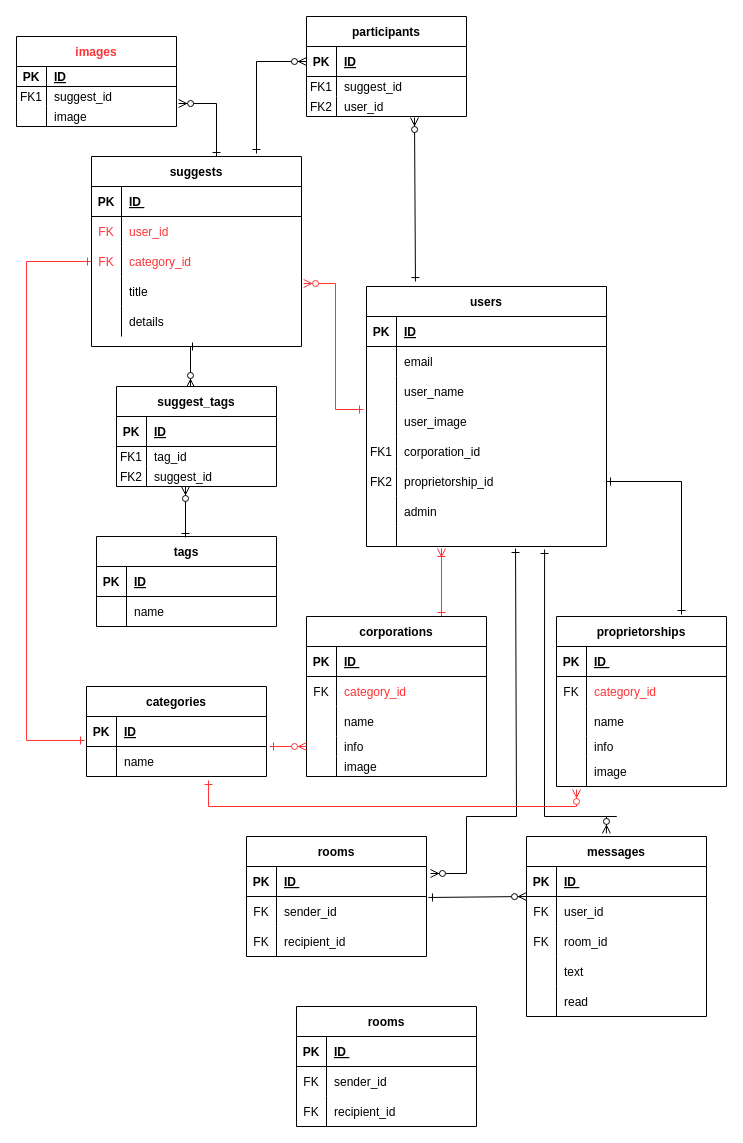
Above: page "ページ2" (2 of 2) of Untitled Diagram.drawio in Sec-il-n/dic_guraduate_parts (draw.io), before the change. Source tidied: cells renumbered, new cells numbered last; positions are measured from the earlier drawing's top-left corner, leaving out a move shared by most shapes. Both pictures are drawn from the tidied source at 100%, with x=0, y=0 at pixel (16, 16).
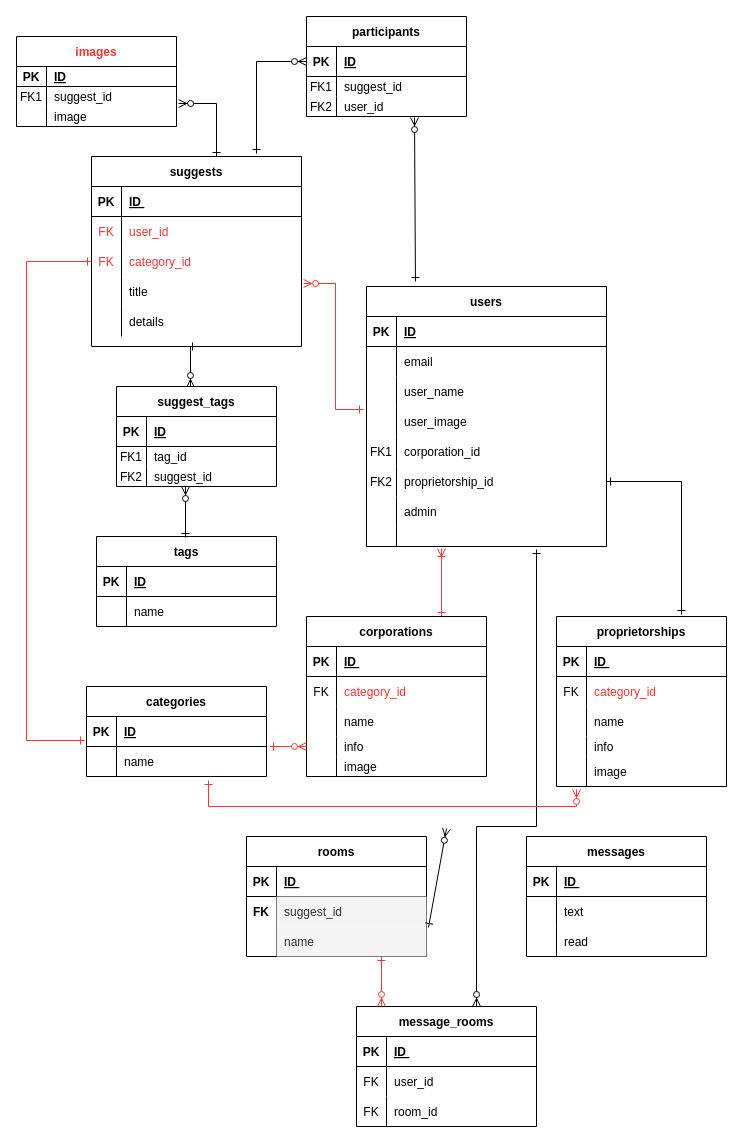
The same diagram, later.

Commit message:
Untitled Diagram.drawio を更新します

Unchanged cells that the change refers to:
```xml
<mxCell id="31" style="shape=partialRectangle;fillColor=none;points=[[0,0.5],[1,0.5]];portConstraint=eastwest;top=0;left=0;right=0;bottom=0;" parent="9" vertex="1">
  <mxGeometry y="240" width="240" height="20" as="geometry" />
</mxCell>
<mxCell id="106" value="rooms" style="shape=table;startSize=30;childLayout=tableLayout;rowLines=0;fontStyle=1;align=center;" parent="1" vertex="1">
  <mxGeometry x="230" y="820" width="180" height="120" as="geometry" />
</mxCell>
<mxCell id="107" style="shape=partialRectangle;fillColor=none;points=[[0,0.5],[1,0.5]];portConstraint=eastwest;top=0;left=0;right=0;bottom=1;" parent="106" vertex="1">
  <mxGeometry y="30" width="180" height="30" as="geometry" />
</mxCell>
```

Change to the diagram source:
```diff
@@
+    <mxCell id="170" style="shape=partialRectangle;fillColor=none;top=0;left=0;right=0;bottom=0;" parent="106" vertex="1">
+      <mxGeometry y="60" width="180" height="30" as="geometry" />
+    </mxCell>
+    <mxCell id="171" value="FK" style="shape=partialRectangle;overflow=hidden;fillColor=none;top=0;left=0;bottom=0;right=0;fontStyle=1;" parent="170" vertex="1">
+      <mxGeometry width="30" height="30" as="geometry" />
+    </mxCell>
+    <mxCell id="172" value="suggest_id" style="shape=partialRectangle;overflow=hidden;fillColor=#f5f5f5;top=0;left=0;bottom=0;right=0;align=left;spacingLeft=6;fontColor=#333333;strokeColor=#FF3333;" parent="170" vertex="1">
+      <mxGeometry x="30" width="150" height="30" as="geometry" />
+    </mxCell>
     <mxCell id="110" style="shape=partialRectangle;fillColor=none;points=[[0,0.5],[1,0.5]];portConstraint=eastwest;top=0;left=0;right=0;bottom=0;" parent="106" vertex="1">
-      <mxGeometry y="60" width="180" height="30" as="geometry" />
+      <mxGeometry y="90" width="180" height="30" as="geometry" />
     </mxCell>
-    <mxCell id="111" value="FK" style="shape=partialRectangle;overflow=hidden;fillColor=none;top=0;left=0;bottom=0;right=0;" parent="110" vertex="1">
+    <mxCell id="111" style="shape=partialRectangle;overflow=hidden;fillColor=none;top=0;left=0;bottom=0;right=0;" parent="110" vertex="1">
       <mxGeometry width="30" height="30" as="geometry" />
     </mxCell>
-    <mxCell id="112" value="sender_id" style="shape=partialRectangle;overflow=hidden;fillColor=none;top=0;left=0;bottom=0;right=0;align=left;spacingLeft=6;" parent="110" vertex="1">
+    <mxCell id="112" value="name" style="shape=partialRectangle;overflow=hidden;fillColor=#f5f5f5;top=0;left=0;bottom=0;right=0;align=left;spacingLeft=6;strokeColor=#666666;fontColor=#333333;" parent="110" vertex="1">
       <mxGeometry x="30" width="150" height="30" as="geometry" />
     </mxCell>
-    <mxCell id="113" style="shape=partialRectangle;fillColor=none;top=0;left=0;right=0;bottom=0;" parent="106" vertex="1">
-      <mxGeometry y="90" width="180" height="30" as="geometry" />
-    </mxCell>
-    <mxCell id="114" value="FK" style="shape=partialRectangle;overflow=hidden;fillColor=none;top=0;left=0;bottom=0;right=0;" parent="113" vertex="1">
-      <mxGeometry width="30" height="30" as="geometry" />
-    </mxCell>
-    <mxCell id="115" value="recipient_id" style="shape=partialRectangle;overflow=hidden;fillColor=none;top=0;left=0;bottom=0;right=0;align=left;spacingLeft=6;" parent="113" vertex="1">
-      <mxGeometry x="30" width="150" height="30" as="geometry" />
-    </mxCell>
     <mxCell id="116" value="messages" style="shape=table;startSize=30;childLayout=tableLayout;rowLines=0;fontStyle=1;align=center;" parent="1" vertex="1">
-      <mxGeometry x="510" y="820" width="180" height="180" as="geometry" />
+      <mxGeometry x="510" y="820" width="180" height="120" as="geometry" />
     </mxCell>
@@
-    <mxCell id="120" style="shape=partialRectangle;fillColor=none;points=[[0,0.5],[1,0.5]];portConstraint=eastwest;top=0;left=0;right=0;bottom=0;" parent="116" vertex="1">
-      <mxGeometry y="60" width="180" height="30" as="geometry" />
-    </mxCell>
-    <mxCell id="121" value="FK" style="shape=partialRectangle;overflow=hidden;fillColor=none;top=0;left=0;bottom=0;right=0;" parent="120" vertex="1">
-      <mxGeometry width="30" height="30" as="geometry" />
-    </mxCell>
-    <mxCell id="122" value="user_id" style="shape=partialRectangle;overflow=hidden;fillColor=none;top=0;left=0;bottom=0;right=0;align=left;spacingLeft=6;" parent="120" vertex="1">
-      <mxGeometry x="30" width="150" height="30" as="geometry" />
-    </mxCell>
-    <mxCell id="123" style="shape=partialRectangle;fillColor=none;top=0;left=0;right=0;bottom=0;" parent="116" vertex="1">
-      <mxGeometry y="90" width="180" height="30" as="geometry" />
-    </mxCell>
-    <mxCell id="124" value="FK" style="shape=partialRectangle;overflow=hidden;fillColor=none;top=0;left=0;bottom=0;right=0;" parent="123" vertex="1">
-      <mxGeometry width="30" height="30" as="geometry" />
-    </mxCell>
-    <mxCell id="125" value="room_id" style="shape=partialRectangle;overflow=hidden;fillColor=none;top=0;left=0;bottom=0;right=0;align=left;spacingLeft=6;" parent="123" vertex="1">
-      <mxGeometry x="30" width="150" height="30" as="geometry" />
-    </mxCell>
     <mxCell id="126" style="shape=partialRectangle;fillColor=none;top=0;left=0;right=0;bottom=0;" parent="116" vertex="1">
-      <mxGeometry y="120" width="180" height="30" as="geometry" />
+      <mxGeometry y="60" width="180" height="30" as="geometry" />
     </mxCell>
@@
     <mxCell id="129" style="shape=partialRectangle;fillColor=none;top=0;left=0;right=0;bottom=0;" parent="116" vertex="1">
-      <mxGeometry y="150" width="180" height="30" as="geometry" />
+      <mxGeometry y="90" width="180" height="30" as="geometry" />
     </mxCell>
@@
-    <mxCell id="132" style="edgeStyle=none;rounded=0;jettySize=auto;html=1;exitX=1.011;exitY=0.033;exitDx=0;exitDy=0;startArrow=ERone;startFill=0;endArrow=ERzeroToMany;endFill=1;entryX=0;entryY=0;entryDx=0;entryDy=0;entryPerimeter=0;exitPerimeter=0;" parent="1" edge="1" source="110" target="120">
-      <mxGeometry relative="1" as="geometry" />
+    <mxCell id="132" style="edgeStyle=none;rounded=0;jettySize=auto;html=1;exitX=1.011;exitY=0.033;exitDx=0;exitDy=0;startArrow=ERone;startFill=0;endArrow=ERzeroToMany;endFill=1;entryX=0;entryY=0;entryDx=0;entryDy=0;entryPerimeter=0;exitPerimeter=0;" parent="1" edge="1" source="110">
+      <mxGeometry relative="1" as="geometry">
+        <mxPoint x="430" y="812" as="targetPoint" />
+      </mxGeometry>
     </mxCell>
-    <mxCell id="133" style="edgeStyle=none;rounded=0;jettySize=auto;html=1;startArrow=ERone;startFill=0;endArrow=ERzeroToMany;endFill=1;entryX=1.022;entryY=0.233;entryDx=0;entryDy=0;entryPerimeter=0;exitX=0.621;exitY=1.1;exitDx=0;exitDy=0;exitPerimeter=0;" parent="1" edge="1" source="31" target="107">
-      <mxGeometry relative="1" as="geometry">
-        <Array as="points">
-          <mxPoint x="500" y="800" />
-          <mxPoint x="450" y="800" />
-          <mxPoint x="450" y="857" />
-        </Array>
-      </mxGeometry>
-    </mxCell>
-    <mxCell id="134" style="edgeStyle=none;rounded=0;jettySize=auto;html=1;exitX=0.742;exitY=1.15;exitDx=0;exitDy=0;startArrow=ERone;startFill=0;endArrow=ERzeroToMany;endFill=1;entryX=0.444;entryY=-0.017;entryDx=0;entryDy=0;entryPerimeter=0;exitPerimeter=0;" parent="1" edge="1" source="31" target="116">
+    <mxCell id="134" style="edgeStyle=none;rounded=0;jettySize=auto;html=1;startArrow=ERone;startFill=0;endArrow=ERzeroToMany;endFill=1;entryX=0.667;entryY=0;entryDx=0;entryDy=0;entryPerimeter=0;" parent="1" edge="1" target="160">
       <mxGeometry relative="1" as="geometry">
+        <mxPoint x="520" y="533" as="sourcePoint" />
         <Array as="points">
-          <mxPoint x="528" y="800" />
-          <mxPoint x="600" y="800" />
-          <mxPoint x="590" y="800" />
+          <mxPoint x="520" y="810" />
+          <mxPoint x="460" y="810" />
         </Array>
       </mxGeometry>
     </mxCell>
@@
-    <mxCell id="160" value="rooms" style="shape=table;startSize=30;childLayout=tableLayout;rowLines=0;fontStyle=1;align=center;" parent="1" vertex="1">
-      <mxGeometry x="280" y="990" width="180" height="120" as="geometry" />
+    <mxCell id="160" value="message_rooms" style="shape=table;startSize=30;childLayout=tableLayout;rowLines=0;fontStyle=1;align=center;" parent="1" vertex="1">
+      <mxGeometry x="340" y="990" width="180" height="120" as="geometry" />
     </mxCell>
@@
-    <mxCell id="164" style="shape=partialRectangle;fillColor=none;top=0;left=0;right=0;bottom=0;" parent="160" vertex="1">
-      <mxGeometry y="60" width="180" height="30" as="geometry" />
-    </mxCell>
-    <mxCell id="165" value="FK" style="shape=partialRectangle;overflow=hidden;fillColor=none;top=0;left=0;bottom=0;right=0;" parent="164" vertex="1">
-      <mxGeometry width="30" height="30" as="geometry" />
-    </mxCell>
-    <mxCell id="166" value="sender_id" style="shape=partialRectangle;overflow=hidden;fillColor=none;top=0;left=0;bottom=0;right=0;align=left;spacingLeft=6;" parent="164" vertex="1">
-      <mxGeometry x="30" width="150" height="30" as="geometry" />
-    </mxCell>
     <mxCell id="167" style="shape=partialRectangle;fillColor=none;top=0;left=0;right=0;bottom=0;" parent="160" vertex="1">
-      <mxGeometry y="90" width="180" height="30" as="geometry" />
+      <mxGeometry y="60" width="180" height="30" as="geometry" />
     </mxCell>
@@
-    <mxCell id="169" value="recipient_id" style="shape=partialRectangle;overflow=hidden;fillColor=none;top=0;left=0;bottom=0;right=0;align=left;spacingLeft=6;" parent="167" vertex="1">
+    <mxCell id="169" value="user_id" style="shape=partialRectangle;overflow=hidden;fillColor=none;top=0;left=0;bottom=0;right=0;align=left;spacingLeft=6;" parent="167" vertex="1">
       <mxGeometry x="30" width="150" height="30" as="geometry" />
     </mxCell>
+    <mxCell id="173" style="shape=partialRectangle;fillColor=none;top=0;left=0;right=0;bottom=0;" parent="160" vertex="1">
+      <mxGeometry y="90" width="180" height="30" as="geometry" />
+    </mxCell>
+    <mxCell id="174" value="FK" style="shape=partialRectangle;overflow=hidden;fillColor=none;top=0;left=0;bottom=0;right=0;" parent="173" vertex="1">
+      <mxGeometry width="30" height="30" as="geometry" />
+    </mxCell>
+    <mxCell id="125" value="room_id" style="shape=partialRectangle;overflow=hidden;fillColor=none;top=0;left=0;bottom=0;right=0;align=left;spacingLeft=6;" parent="173" vertex="1">
+      <mxGeometry x="30" width="150" height="30" as="geometry" />
+    </mxCell>
+    <mxCell id="175" style="edgeStyle=none;rounded=0;jettySize=auto;html=1;startArrow=ERone;startFill=0;endArrow=ERzeroToMany;endFill=1;strokeColor=#FF3333;entryX=0.139;entryY=0;entryDx=0;entryDy=0;entryPerimeter=0;" parent="1" edge="1" target="160">
+      <mxGeometry relative="1" as="geometry">
+        <mxPoint x="365" y="940" as="sourcePoint" />
+      </mxGeometry>
+    </mxCell>
```
